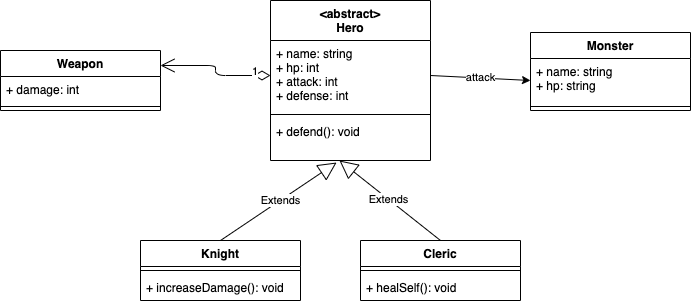
Earlier version of the draw.io export docs/poo/img/uml01.png (yostane/cours-techniques-de-programmation). Source tidied: cells renumbered, new cells last; positions are measured from the earlier drawing's top-left corner, leaving out a move shared by most shapes.
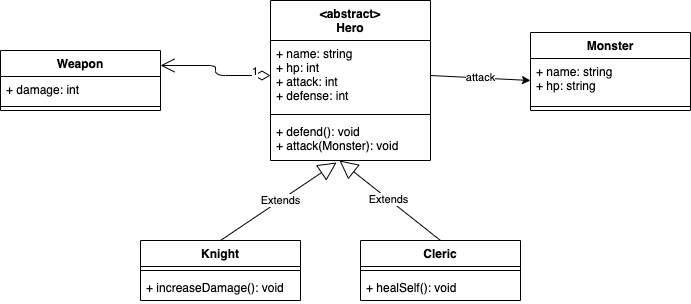
Above is the later version.

The edit, as a diff of the source:
```diff
@@ -11,7 +11,7 @@
     <mxCell id="4" style="line;strokeWidth=1;fillColor=none;align=left;verticalAlign=middle;spacingTop=-1;spacingLeft=3;spacingRight=3;labelPosition=right;strokeColor=inherit;" parent="2" vertex="1">
       <mxGeometry y="110" width="160" height="8" as="geometry" />
     </mxCell>
-    <mxCell id="5" value="+ defend(): void" style="text;strokeColor=none;fillColor=none;align=left;verticalAlign=top;spacingLeft=4;spacingRight=4;overflow=hidden;points=[[0,0.5],[1,0.5]];portConstraint=eastwest;" parent="2" vertex="1">
+    <mxCell id="5" value="+ defend(): void&#10;+ attack(Monster): void" style="text;strokeColor=none;fillColor=none;align=left;verticalAlign=top;spacingLeft=4;spacingRight=4;overflow=hidden;points=[[0,0.5],[1,0.5]];portConstraint=eastwest;" parent="2" vertex="1">
       <mxGeometry y="118" width="160" height="42" as="geometry" />
     </mxCell>
     <mxCell id="6" value="Monster" style="swimlane;fontStyle=1;align=center;verticalAlign=top;horizontal=1;startSize=26;" parent="1" vertex="1">
```
